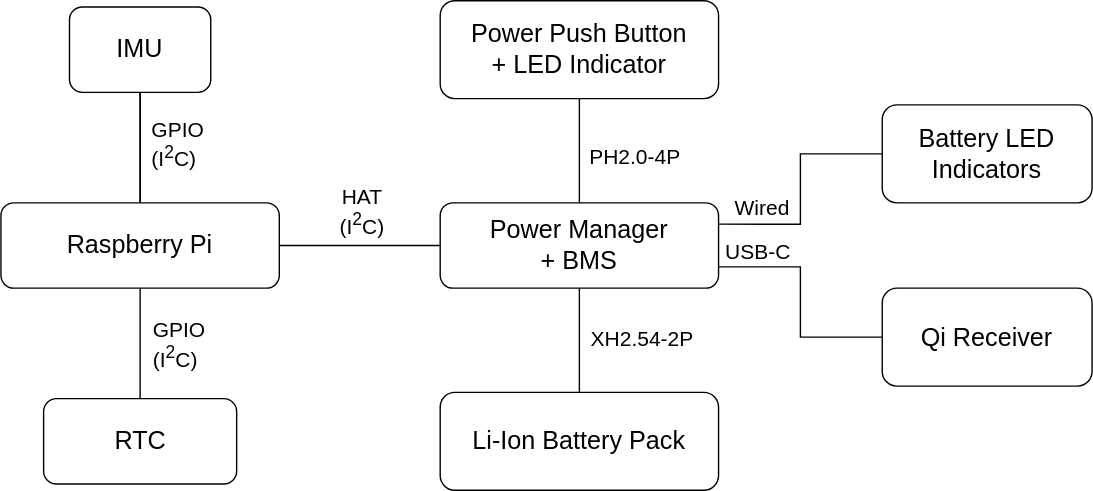
This is SailTrack Core/hardware-diagram.svg from metisvela/sailtrack, a draw.io export, as it was before one commit. Source tidied: cells renumbered, new cells last; positions are measured from the earlier drawing's top-left corner, leaving out a move shared by most shapes. Its diagram source:
```xml
<mxGraphModel background="#ffffff">
  <root>
    <mxCell id="0" />
    <mxCell id="1" parent="0" />
    <mxCell id="2" style="edgeStyle=orthogonalEdgeStyle;rounded=0;jettySize=auto;html=1;exitX=1;exitY=0.75;exitDx=0;exitDy=0;entryX=0;entryY=0.5;entryDx=0;entryDy=0;endArrow=none;endFill=0;fontSize=18;" parent="1" edge="1" source="10" target="17">
      <mxGeometry relative="1" as="geometry" />
    </mxCell>
    <mxCell id="3" value="&lt;font style=&quot;font-size: 15px&quot;&gt;USB-C&lt;br&gt;&lt;/font&gt;" style="edgeLabel;html=1;align=center;verticalAlign=bottom;fontSize=15;" parent="2" vertex="1">
      <mxGeometry x="0.09" y="1" relative="1" as="geometry">
        <mxPoint x="-32.5" y="-33.8" as="offset" />
      </mxGeometry>
    </mxCell>
    <mxCell id="4" style="edgeStyle=orthogonalEdgeStyle;rounded=0;jettySize=auto;html=1;endArrow=none;endFill=0;fontSize=18;" parent="1" edge="1" source="7" target="20">
      <mxGeometry relative="1" as="geometry" />
    </mxCell>
    <mxCell id="5" style="edgeStyle=orthogonalEdgeStyle;rounded=0;jettySize=auto;html=1;exitX=1;exitY=0.5;exitDx=0;exitDy=0;entryX=0;entryY=0.5;entryDx=0;entryDy=0;endArrow=none;endFill=0;fontSize=18;" parent="1" edge="1" source="7" target="10">
      <mxGeometry relative="1" as="geometry" />
    </mxCell>
    <mxCell id="6" value="HAT&lt;br&gt;(I&lt;sup&gt;2&lt;/sup&gt;C)" style="edgeLabel;html=1;align=center;verticalAlign=bottom;fontSize=15;" parent="5" vertex="1">
      <mxGeometry x="-0.06" y="-3" relative="1" as="geometry">
        <mxPoint x="4" y="-6" as="offset" />
      </mxGeometry>
    </mxCell>
    <mxCell id="7" value="Raspberry Pi" style="rounded=1;whiteSpace=wrap;html=1;fontSize=18;" parent="1" vertex="1">
      <mxGeometry y="144.5" width="199" height="61" as="geometry" />
    </mxCell>
    <mxCell id="8" style="edgeStyle=orthogonalEdgeStyle;rounded=0;jettySize=auto;html=1;exitX=1;exitY=0.25;exitDx=0;exitDy=0;entryX=0;entryY=0.5;entryDx=0;entryDy=0;endArrow=none;endFill=0;" parent="1" edge="1" source="10" target="24">
      <mxGeometry relative="1" as="geometry" />
    </mxCell>
    <mxCell id="9" value="Wired" style="edgeLabel;html=1;align=center;verticalAlign=bottom;fontSize=15;" parent="8" vertex="1">
      <mxGeometry x="-0.64" y="4" relative="1" as="geometry">
        <mxPoint y="3" as="offset" />
      </mxGeometry>
    </mxCell>
    <mxCell id="10" value="Power Manager&lt;br&gt;+ BMS" style="rounded=1;whiteSpace=wrap;html=1;fontSize=18;" parent="1" vertex="1">
      <mxGeometry x="314" y="144.5" width="199" height="61" as="geometry" />
    </mxCell>
    <mxCell id="11" style="edgeStyle=orthogonalEdgeStyle;rounded=0;jettySize=auto;html=1;exitX=0.5;exitY=0;exitDx=0;exitDy=0;entryX=0.5;entryY=1;entryDx=0;entryDy=0;endArrow=none;endFill=0;fontSize=18;" parent="1" edge="1" source="13" target="10">
      <mxGeometry relative="1" as="geometry" />
    </mxCell>
    <mxCell id="12" value="XH2.54-2P" style="edgeLabel;html=1;align=left;verticalAlign=middle;fontSize=15;" parent="11" vertex="1">
      <mxGeometry x="0.07" y="-5" relative="1" as="geometry">
        <mxPoint x="1" as="offset" />
      </mxGeometry>
    </mxCell>
    <mxCell id="13" value="Li-Ion Battery Pack" style="rounded=1;whiteSpace=wrap;html=1;fontSize=18;" parent="1" vertex="1">
      <mxGeometry x="314" y="280" width="199" height="70" as="geometry" />
    </mxCell>
    <mxCell id="14" style="edgeStyle=orthogonalEdgeStyle;rounded=0;jettySize=auto;html=1;exitX=0.5;exitY=1;exitDx=0;exitDy=0;entryX=0.5;entryY=0;entryDx=0;entryDy=0;endArrow=none;endFill=0;fontSize=18;" parent="1" edge="1" source="16" target="10">
      <mxGeometry relative="1" as="geometry" />
    </mxCell>
    <mxCell id="15" value="PH2.0-4P" style="edgeLabel;html=1;align=left;verticalAlign=middle;fontSize=15;" parent="14" vertex="1">
      <mxGeometry x="-0.25" y="4" relative="1" as="geometry">
        <mxPoint x="1" y="12" as="offset" />
      </mxGeometry>
    </mxCell>
    <mxCell id="16" value="Power Push Button&lt;br&gt;+ LED Indicator" style="rounded=1;whiteSpace=wrap;html=1;fontSize=18;" parent="1" vertex="1">
      <mxGeometry x="314" width="199" height="70" as="geometry" />
    </mxCell>
    <mxCell id="17" value="Qi Receiver" style="rounded=1;whiteSpace=wrap;html=1;fontSize=18;" parent="1" vertex="1">
      <mxGeometry x="630" y="205.5" width="150" height="70" as="geometry" />
    </mxCell>
    <mxCell id="18" style="edgeStyle=orthogonalEdgeStyle;rounded=0;jettySize=auto;html=1;exitX=0.5;exitY=1;exitDx=0;exitDy=0;entryX=0.5;entryY=0;entryDx=0;entryDy=0;endArrow=none;endFill=0;fontSize=18;" parent="1" edge="1" source="20" target="7">
      <mxGeometry relative="1" as="geometry" />
    </mxCell>
    <mxCell id="19" value="GPIO&lt;br&gt;(I&lt;sup&gt;2&lt;/sup&gt;C)" style="edgeLabel;html=1;align=left;verticalAlign=middle;fontSize=15;" parent="18" vertex="1">
      <mxGeometry x="0.07" y="2" relative="1" as="geometry">
        <mxPoint x="4" y="-5" as="offset" />
      </mxGeometry>
    </mxCell>
    <mxCell id="20" value="IMU" style="rounded=1;whiteSpace=wrap;html=1;fontSize=18;" parent="1" vertex="1">
      <mxGeometry x="49" y="4.5" width="101" height="61" as="geometry" />
    </mxCell>
    <mxCell id="21" style="edgeStyle=orthogonalEdgeStyle;rounded=0;jettySize=auto;html=1;exitX=0.5;exitY=0;exitDx=0;exitDy=0;entryX=0.5;entryY=1;entryDx=0;entryDy=0;endArrow=none;endFill=0;fontSize=18;" parent="1" edge="1" source="23" target="7">
      <mxGeometry relative="1" as="geometry" />
    </mxCell>
    <mxCell id="22" value="GPIO&lt;br&gt;(I&lt;sup&gt;2&lt;/sup&gt;C)" style="edgeLabel;html=1;align=left;verticalAlign=bottom;fontSize=15;" parent="21" vertex="1">
      <mxGeometry x="0.24" y="2" relative="1" as="geometry">
        <mxPoint x="9" y="31.5" as="offset" />
      </mxGeometry>
    </mxCell>
    <mxCell id="23" value="RTC" style="rounded=1;whiteSpace=wrap;html=1;fontSize=18;" parent="1" vertex="1">
      <mxGeometry x="30.5" y="284.5" width="138" height="61" as="geometry" />
    </mxCell>
    <mxCell id="24" value="Battery LED Indicators" style="rounded=1;whiteSpace=wrap;html=1;fontSize=18;" parent="1" vertex="1">
      <mxGeometry x="630" y="74.5" width="150" height="70" as="geometry" />
    </mxCell>
  </root>
</mxGraphModel>
```
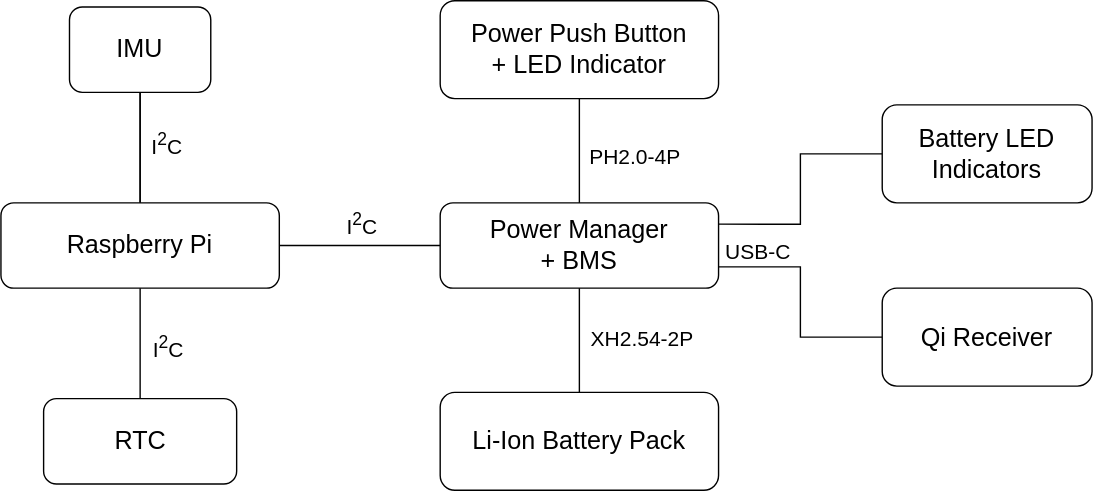
Later version of the same file.

Diff of the diagram source:
```diff
@@ -16,7 +16,7 @@
     <mxCell id="5" style="edgeStyle=orthogonalEdgeStyle;rounded=0;jettySize=auto;html=1;exitX=1;exitY=0.5;exitDx=0;exitDy=0;entryX=0;entryY=0.5;entryDx=0;entryDy=0;endArrow=none;endFill=0;fontSize=18;" parent="1" edge="1" source="7" target="10">
       <mxGeometry relative="1" as="geometry" />
     </mxCell>
-    <mxCell id="6" value="HAT&lt;br&gt;(I&lt;sup&gt;2&lt;/sup&gt;C)" style="edgeLabel;html=1;align=center;verticalAlign=bottom;fontSize=15;" parent="5" vertex="1">
+    <mxCell id="6" value="I&lt;sup&gt;2&lt;/sup&gt;C" style="edgeLabel;html=1;align=center;verticalAlign=bottom;fontSize=15;" parent="5" vertex="1">
       <mxGeometry x="-0.06" y="-3" relative="1" as="geometry">
         <mxPoint x="4" y="-6" as="offset" />
       </mxGeometry>
@@ -27,11 +27,6 @@
     <mxCell id="8" style="edgeStyle=orthogonalEdgeStyle;rounded=0;jettySize=auto;html=1;exitX=1;exitY=0.25;exitDx=0;exitDy=0;entryX=0;entryY=0.5;entryDx=0;entryDy=0;endArrow=none;endFill=0;" parent="1" edge="1" source="10" target="24">
       <mxGeometry relative="1" as="geometry" />
     </mxCell>
-    <mxCell id="9" value="Wired" style="edgeLabel;html=1;align=center;verticalAlign=bottom;fontSize=15;" parent="8" vertex="1">
-      <mxGeometry x="-0.64" y="4" relative="1" as="geometry">
-        <mxPoint y="3" as="offset" />
-      </mxGeometry>
-    </mxCell>
     <mxCell id="10" value="Power Manager&lt;br&gt;+ BMS" style="rounded=1;whiteSpace=wrap;html=1;fontSize=18;" parent="1" vertex="1">
       <mxGeometry x="314" y="144.5" width="199" height="61" as="geometry" />
     </mxCell>
@@ -63,7 +58,7 @@
     <mxCell id="18" style="edgeStyle=orthogonalEdgeStyle;rounded=0;jettySize=auto;html=1;exitX=0.5;exitY=1;exitDx=0;exitDy=0;entryX=0.5;entryY=0;entryDx=0;entryDy=0;endArrow=none;endFill=0;fontSize=18;" parent="1" edge="1" source="20" target="7">
       <mxGeometry relative="1" as="geometry" />
     </mxCell>
-    <mxCell id="19" value="GPIO&lt;br&gt;(I&lt;sup&gt;2&lt;/sup&gt;C)" style="edgeLabel;html=1;align=left;verticalAlign=middle;fontSize=15;" parent="18" vertex="1">
+    <mxCell id="19" value="I&lt;sup&gt;2&lt;/sup&gt;C" style="edgeLabel;html=1;align=left;verticalAlign=middle;fontSize=15;" parent="18" vertex="1">
       <mxGeometry x="0.07" y="2" relative="1" as="geometry">
         <mxPoint x="4" y="-5" as="offset" />
       </mxGeometry>
@@ -74,9 +69,9 @@
     <mxCell id="21" style="edgeStyle=orthogonalEdgeStyle;rounded=0;jettySize=auto;html=1;exitX=0.5;exitY=0;exitDx=0;exitDy=0;entryX=0.5;entryY=1;entryDx=0;entryDy=0;endArrow=none;endFill=0;fontSize=18;" parent="1" edge="1" source="23" target="7">
       <mxGeometry relative="1" as="geometry" />
     </mxCell>
-    <mxCell id="22" value="GPIO&lt;br&gt;(I&lt;sup&gt;2&lt;/sup&gt;C)" style="edgeLabel;html=1;align=left;verticalAlign=bottom;fontSize=15;" parent="21" vertex="1">
+    <mxCell id="22" value="I&lt;sup&gt;2&lt;/sup&gt;C" style="edgeLabel;html=1;align=left;verticalAlign=bottom;fontSize=15;" parent="21" vertex="1">
       <mxGeometry x="0.24" y="2" relative="1" as="geometry">
-        <mxPoint x="9" y="31.5" as="offset" />
+        <mxPoint x="9" y="24.5" as="offset" />
       </mxGeometry>
     </mxCell>
     <mxCell id="23" value="RTC" style="rounded=1;whiteSpace=wrap;html=1;fontSize=18;" parent="1" vertex="1">
```
